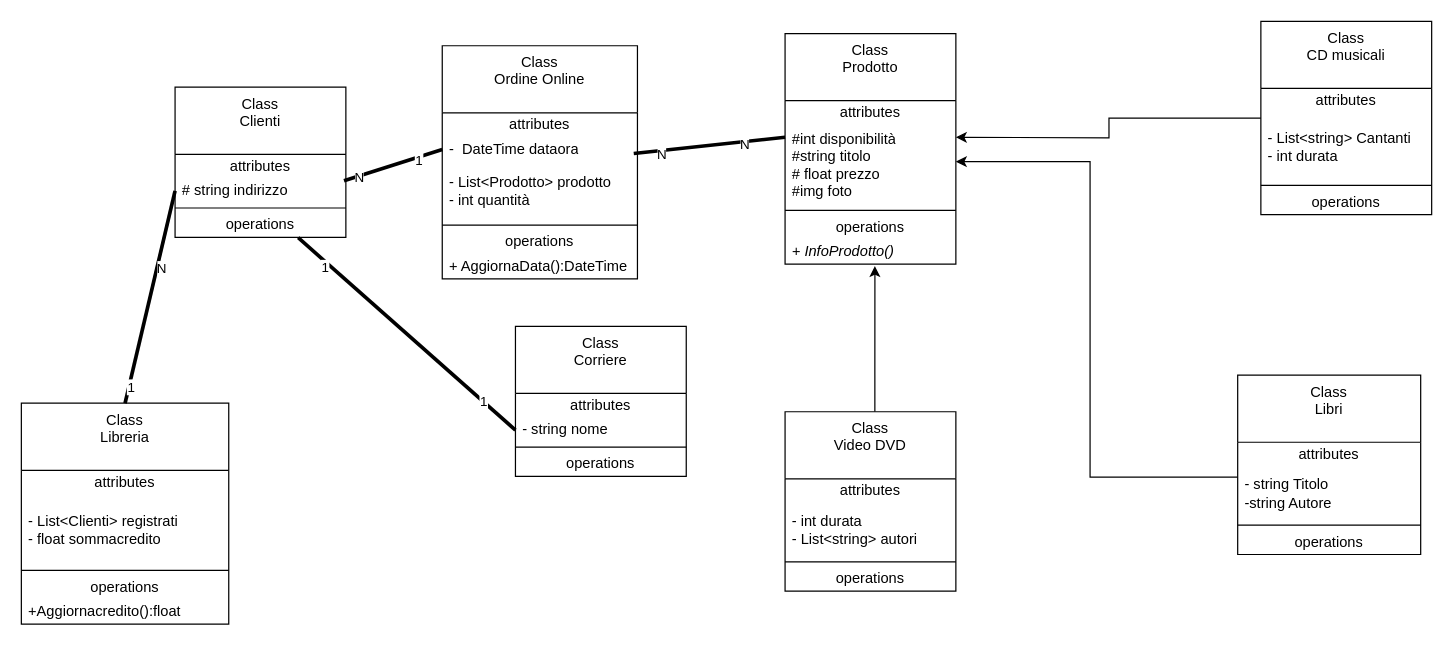
LuciaFornasier/luciafrornasieres8 keeps this draw.io diagram as Es8.drawio. Above is the earlier version. Source tidied: cells renumbered, new cells numbered last; positions are measured from the earlier drawing's top-left corner, leaving out a move shared by most shapes. Both pictures are drawn from the tidied source at 122%, with x=0, y=0 at pixel (21, 21).
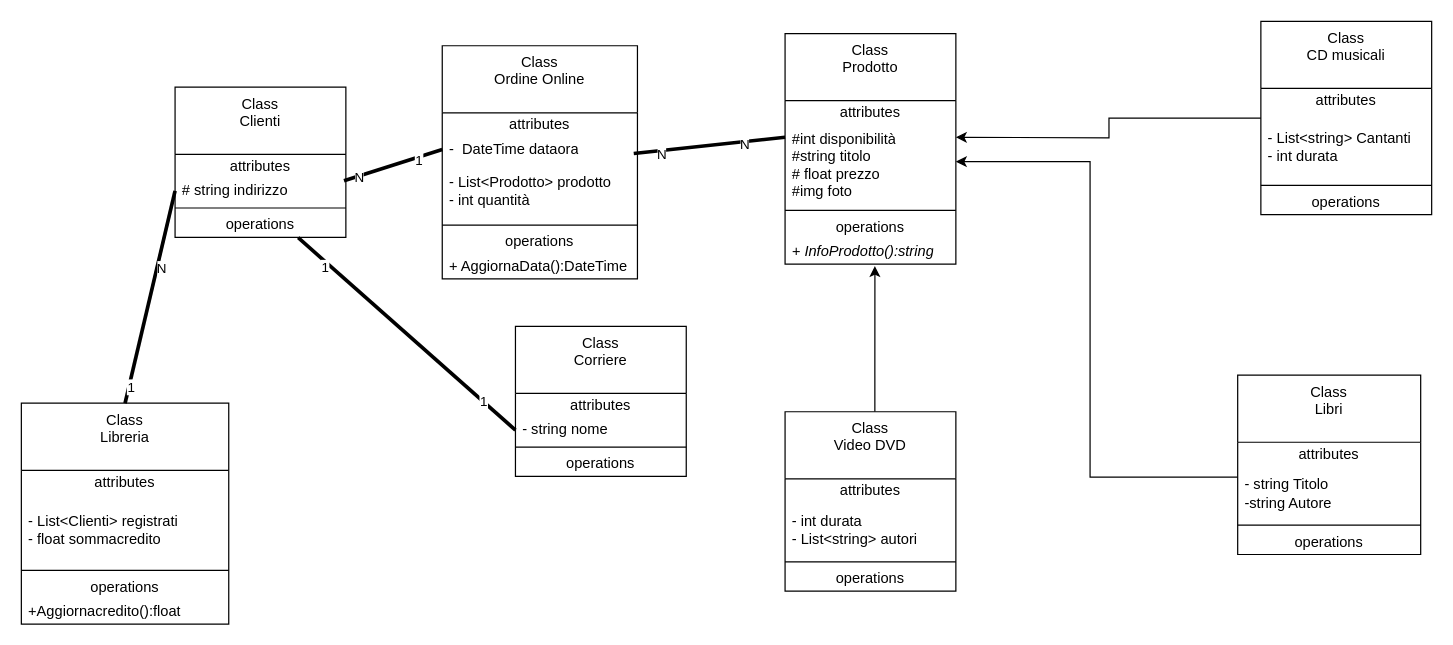
Above is the later version.

Unchanged cells that the change refers to:
```xml
<mxCell id="52" value="&lt;div&gt;Class&lt;/div&gt;Prodotto&lt;div&gt;&lt;br&gt;&lt;/div&gt;" style="swimlane;fontStyle=0;align=center;verticalAlign=top;horizontal=1;startSize=55;html=1;whiteSpace=wrap;" parent="1" vertex="1">
  <mxGeometry x="626" y="10" width="140" height="189" as="geometry" />
</mxCell>
```

The edit, as a diff of the source:
```diff
@@
-    <mxCell id="57" value="&lt;i&gt;+ InfoProdotto()&lt;/i&gt;" style="text;html=1;strokeColor=none;fillColor=none;align=left;verticalAlign=middle;spacingLeft=4;spacingRight=4;overflow=hidden;points=[[0,0.5],[1,0.5]];portConstraint=eastwest;whiteSpace=wrap;" parent="52" vertex="1">
+    <mxCell id="57" value="&lt;i&gt;+ InfoProdotto():string&lt;/i&gt;" style="text;html=1;strokeColor=none;fillColor=none;align=left;verticalAlign=middle;spacingLeft=4;spacingRight=4;overflow=hidden;points=[[0,0.5],[1,0.5]];portConstraint=eastwest;whiteSpace=wrap;" parent="52" vertex="1">
       <mxGeometry y="169" width="140" height="20" as="geometry" />
     </mxCell>
```
